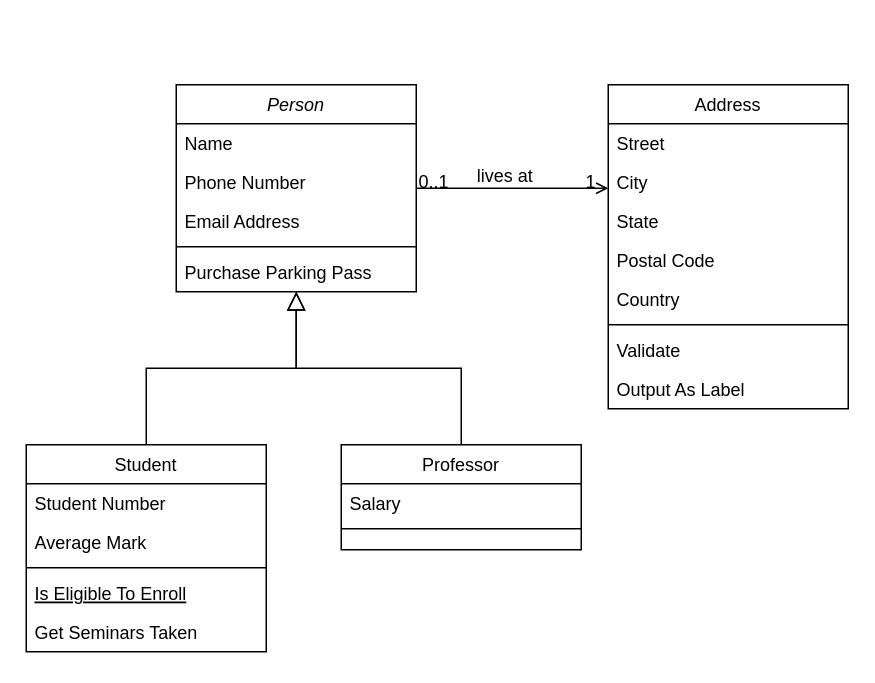
Before: Diagrama sem nome.drawio in evanmeira/DioDesafioPoo, a draw.io diagram. Source tidied: cells renumbered, new cells numbered last; positions are measured from the earlier drawing's top-left corner, leaving out a move shared by most shapes. Both pictures are drawn from the tidied source at 150%, with x=0, y=0 at pixel (26, 84).
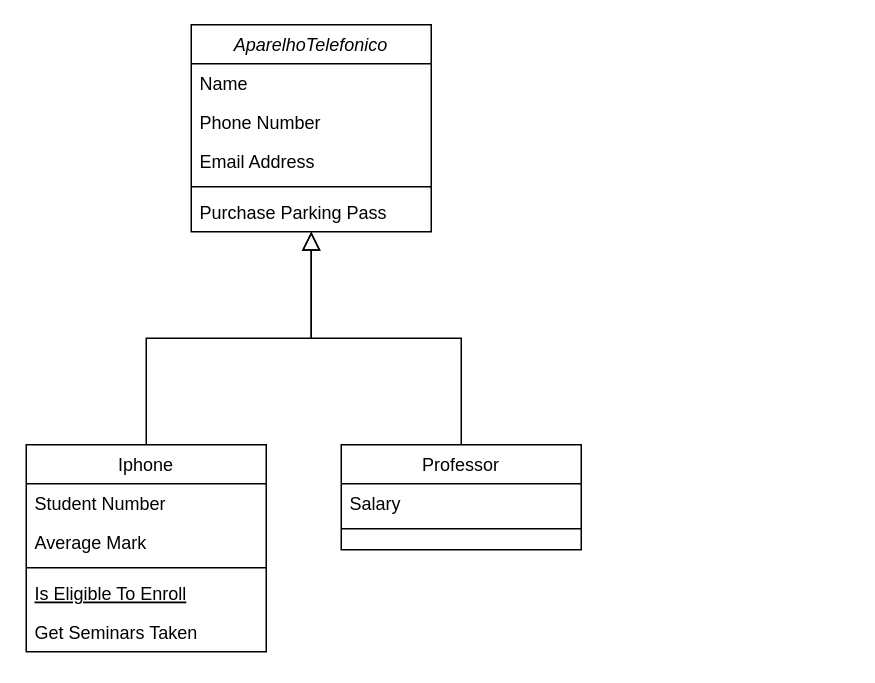
The same page after the edit.

Diff of the diagram source:
```diff
@@
-    <mxCell id="2" value="Person" style="swimlane;fontStyle=2;align=center;verticalAlign=top;horizontal=1;startSize=26;rounded=0;shadow=0;strokeWidth=1;" parent="1" vertex="1">
-      <mxGeometry x="100" width="160" height="138" as="geometry" />
+    <mxCell id="2" value="AparelhoTelefonico" style="swimlane;fontStyle=2;align=center;verticalAlign=top;horizontal=1;startSize=26;rounded=0;shadow=0;strokeWidth=1;" parent="1" vertex="1">
+      <mxGeometry x="110" y="-40" width="160" height="138" as="geometry" />
     </mxCell>
@@
-    <mxCell id="8" value="Student" style="swimlane;fontStyle=0;align=center;verticalAlign=top;horizontal=1;startSize=26;rounded=0;shadow=0;strokeWidth=1;" parent="1" vertex="1">
+    <mxCell id="8" value="Iphone" style="swimlane;fontStyle=0;align=center;verticalAlign=top;horizontal=1;startSize=26;rounded=0;shadow=0;strokeWidth=1;" parent="1" vertex="1">
       <mxGeometry y="240" width="160" height="138" as="geometry" />
     </mxCell>
@@
-    <mxCell id="19" value="Address" style="swimlane;fontStyle=0;align=center;verticalAlign=top;horizontal=1;startSize=26;rounded=0;shadow=0;strokeWidth=1;" parent="1" vertex="1">
-      <mxGeometry x="388" width="160" height="216" as="geometry" />
-    </mxCell>
-    <mxCell id="20" value="Street" style="text;align=left;verticalAlign=top;spacingLeft=4;spacingRight=4;overflow=hidden;" parent="19" vertex="1">
-      <mxGeometry y="26" width="160" height="26" as="geometry" />
-    </mxCell>
-    <mxCell id="21" value="City" style="text;align=left;verticalAlign=top;spacingLeft=4;spacingRight=4;overflow=hidden;rounded=0;shadow=0;html=0;" parent="19" vertex="1">
-      <mxGeometry y="52" width="160" height="26" as="geometry" />
-    </mxCell>
-    <mxCell id="22" value="State" style="text;align=left;verticalAlign=top;spacingLeft=4;spacingRight=4;overflow=hidden;rounded=0;shadow=0;html=0;" parent="19" vertex="1">
-      <mxGeometry y="78" width="160" height="26" as="geometry" />
-    </mxCell>
-    <mxCell id="23" value="Postal Code" style="text;align=left;verticalAlign=top;spacingLeft=4;spacingRight=4;overflow=hidden;rounded=0;shadow=0;html=0;" parent="19" vertex="1">
-      <mxGeometry y="104" width="160" height="26" as="geometry" />
-    </mxCell>
-    <mxCell id="24" value="Country" style="text;align=left;verticalAlign=top;spacingLeft=4;spacingRight=4;overflow=hidden;rounded=0;shadow=0;html=0;" parent="19" vertex="1">
-      <mxGeometry y="130" width="160" height="26" as="geometry" />
-    </mxCell>
-    <mxCell id="25" style="line;html=1;strokeWidth=1;align=left;verticalAlign=middle;spacingTop=-1;spacingLeft=3;spacingRight=3;labelPosition=right;" parent="19" vertex="1">
-      <mxGeometry y="156" width="160" height="8" as="geometry" />
-    </mxCell>
-    <mxCell id="26" value="Validate" style="text;align=left;verticalAlign=top;spacingLeft=4;spacingRight=4;overflow=hidden;" parent="19" vertex="1">
-      <mxGeometry y="164" width="160" height="26" as="geometry" />
-    </mxCell>
-    <mxCell id="27" value="Output As Label" style="text;align=left;verticalAlign=top;spacingLeft=4;spacingRight=4;overflow=hidden;" parent="19" vertex="1">
-      <mxGeometry y="190" width="160" height="26" as="geometry" />
-    </mxCell>
-    <mxCell id="28" style="endArrow=open;shadow=0;strokeWidth=1;rounded=0;curved=0;endFill=1;edgeStyle=elbowEdgeStyle;elbow=vertical;" parent="1" edge="1" source="2" target="19">
-      <mxGeometry x="0.5" y="41" relative="1" as="geometry">
-        <mxPoint x="-40" y="32" as="offset" />
-      </mxGeometry>
-    </mxCell>
-    <mxCell id="29" value="0..1" style="align=left;verticalAlign=bottom;labelBackgroundColor=none;fontSize=12;" parent="28" vertex="1">
-      <mxGeometry x="-1" relative="1" as="geometry">
-        <mxPoint y="4" as="offset" />
-      </mxGeometry>
-    </mxCell>
-    <mxCell id="30" value="1" style="align=right;verticalAlign=bottom;labelBackgroundColor=none;fontSize=12;" parent="28" vertex="1">
-      <mxGeometry x="1" relative="1" as="geometry">
-        <mxPoint x="-7" y="4" as="offset" />
-      </mxGeometry>
-    </mxCell>
-    <mxCell id="31" value="lives at" style="text;html=1;align=center;verticalAlign=middle;labelBackgroundColor=none;rounded=0;shadow=0;strokeWidth=1;fontSize=12;" parent="28" vertex="1">
-      <mxGeometry x="0.5" y="49" relative="1" as="geometry">
-        <mxPoint x="-38" y="40" as="offset" />
-      </mxGeometry>
-    </mxCell>
```
